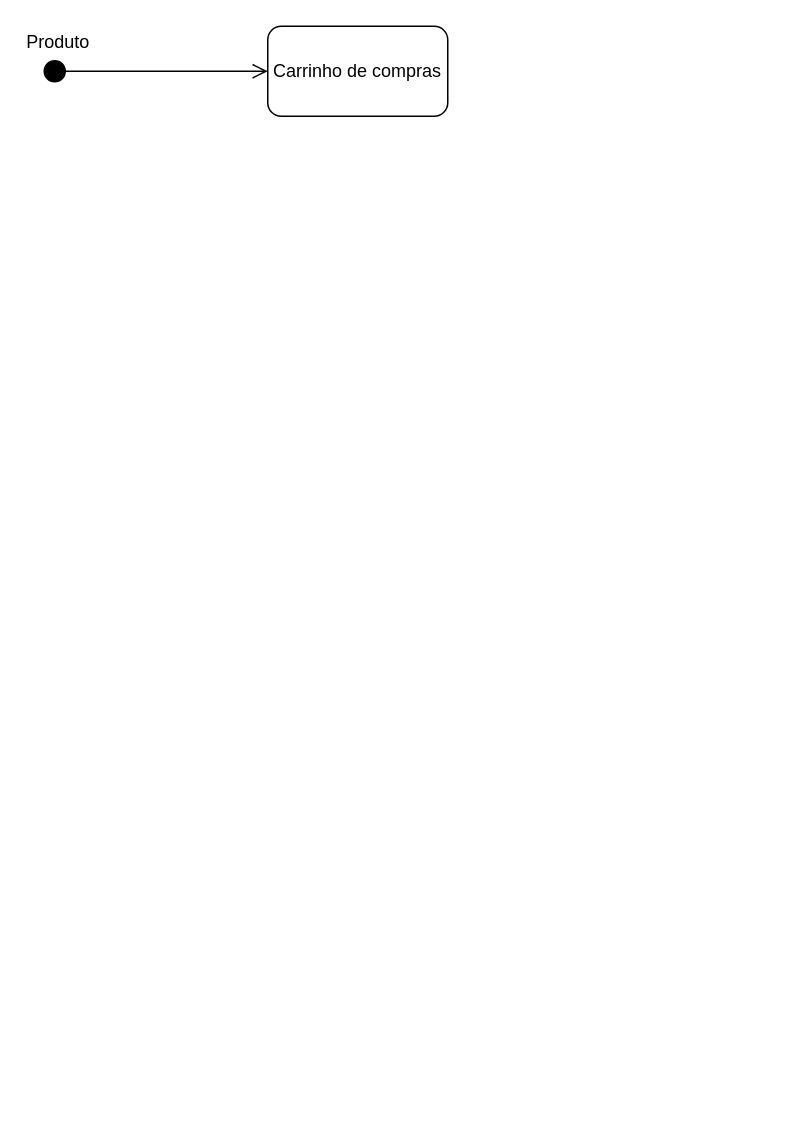
Earlier version of the draw.io diagram page "Semi. Diag. Atividades" (1 of 2) of Seminario.drawio (Eduardo-1105/diagramasderequesitos). Source tidied: cells renumbered, new cells numbered last; positions are measured from the earlier drawing's top-left corner, leaving out a move shared by most shapes. Both pictures are drawn from the tidied source at 150%, with x=0, y=0 at pixel (42, 26).
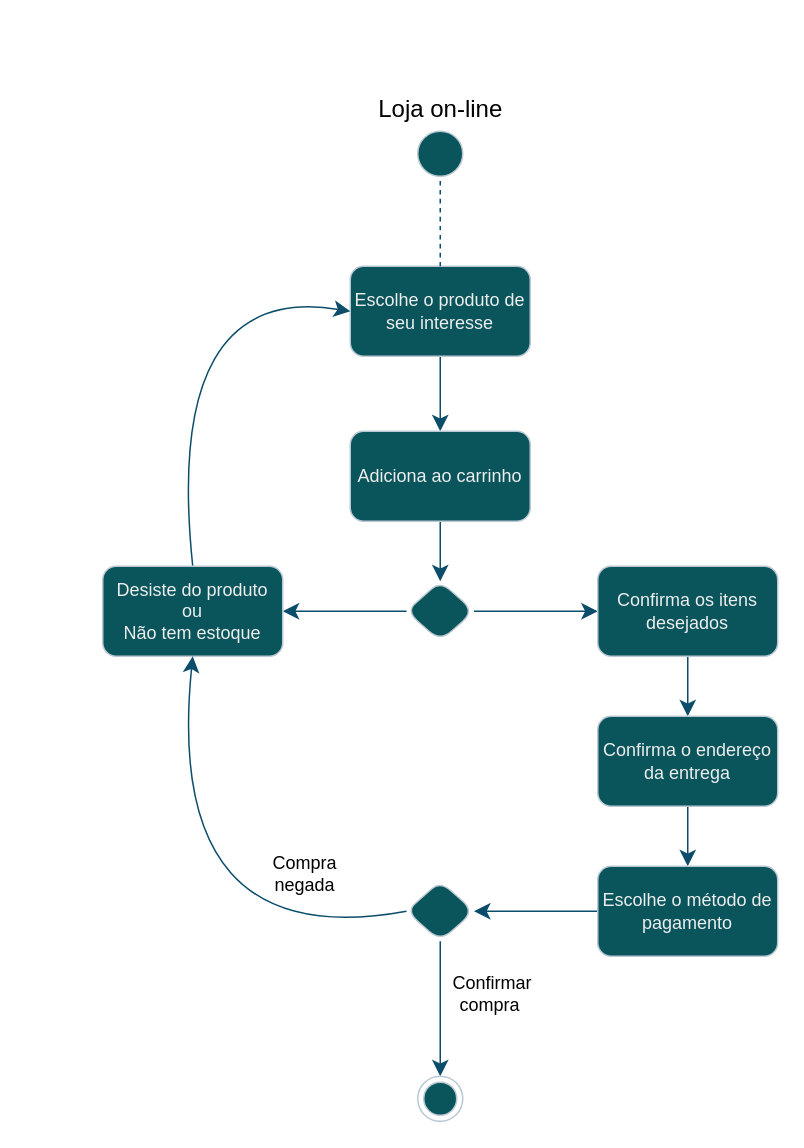
Above is the later version.

The edit, as a diff of the source:
```diff
@@
-    <mxCell id="2" value="Carrinho de compras" style="rounded=1;whiteSpace=wrap;html=1;" parent="1" vertex="1">
-      <mxGeometry x="150" width="120" height="60" as="geometry" />
-    </mxCell>
-    <mxCell id="3" value="Produto" style="html=1;verticalAlign=bottom;startArrow=circle;startFill=1;endArrow=open;startSize=6;endSize=8;curved=0;rounded=0;fontSize=12;labelBackgroundColor=default;entryX=0;entryY=0.5;entryDx=0;entryDy=0;" parent="1" edge="1" target="2">
-      <mxGeometry x="-0.87" y="10" relative="1" as="geometry">
-        <mxPoint y="30" as="sourcePoint" />
-      </mxGeometry>
-    </mxCell>
+    <mxCell id="4" style="verticalLabelPosition=bottom;verticalAlign=top;html=1;shape=mxgraph.flowchart.on-page_reference;fillColor=#09555B;labelBackgroundColor=none;strokeColor=#BAC8D3;fontColor=#EEEEEE;" parent="1" vertex="1">
+      <mxGeometry x="250" y="70" width="30" height="30" as="geometry" />
+    </mxCell>
+    <mxCell id="5" style="edgeStyle=none;curved=1;rounded=0;jettySize=auto;html=1;exitX=0.5;exitY=1;exitDx=0;exitDy=0;entryX=0.5;entryY=0;entryDx=0;entryDy=0;strokeColor=#0B4D6A;fontSize=12;startSize=8;endSize=8;" parent="1" edge="1" source="6" target="13">
+      <mxGeometry relative="1" as="geometry" />
+    </mxCell>
+    <mxCell id="6" value="Escolhe o produto de seu interesse" style="rounded=1;whiteSpace=wrap;html=1;labelBackgroundColor=none;fillColor=#09555B;strokeColor=#BAC8D3;fontColor=#EEEEEE;" parent="1" vertex="1">
+      <mxGeometry x="205" y="160" width="120" height="60" as="geometry" />
+    </mxCell>
+    <mxCell id="7" style="edgeStyle=none;curved=1;rounded=0;jettySize=auto;html=1;strokeColor=#0B4D6A;fontSize=12;startSize=8;endSize=8;" parent="1" edge="1" source="9" target="15">
+      <mxGeometry relative="1" as="geometry" />
+    </mxCell>
+    <mxCell id="8" style="edgeStyle=none;curved=1;rounded=0;jettySize=auto;html=1;strokeColor=#0B4D6A;fontSize=12;startSize=8;endSize=8;" parent="1" edge="1" source="9" target="17">
+      <mxGeometry relative="1" as="geometry" />
+    </mxCell>
+    <mxCell id="9" style="rhombus;whiteSpace=wrap;html=1;rounded=1;fillColor=#09555B;labelBackgroundColor=none;strokeColor=#BAC8D3;fontColor=#EEEEEE;" parent="1" vertex="1">
+      <mxGeometry x="242.5" y="370" width="45" height="40" as="geometry" />
+    </mxCell>
+    <mxCell id="10" value="Loja on-line" style="text;align=center;fillColor=none;html=1;verticalAlign=middle;whiteSpace=wrap;rounded=0;fontSize=16;" parent="1" vertex="1">
+      <mxGeometry x="222.5" y="40" width="85" height="30" as="geometry" />
+    </mxCell>
+    <mxCell id="11" style="endArrow=none;dashed=1;html=1;rounded=0;strokeColor=#0B4D6A;fontSize=12;startSize=8;endSize=8;curved=1;exitX=0.5;exitY=0;exitDx=0;exitDy=0;entryX=0.5;entryY=1;entryDx=0;entryDy=0;entryPerimeter=0;" parent="1" edge="1" source="6" target="4">
+      <mxGeometry relative="1" as="geometry" />
+    </mxCell>
+    <mxCell id="12" style="edgeStyle=none;curved=1;rounded=0;jettySize=auto;html=1;exitX=0.5;exitY=1;exitDx=0;exitDy=0;entryX=0.5;entryY=0;entryDx=0;entryDy=0;strokeColor=#0B4D6A;fontSize=12;startSize=8;endSize=8;" parent="1" edge="1" source="13" target="9">
+      <mxGeometry relative="1" as="geometry" />
+    </mxCell>
+    <mxCell id="13" value="Adiciona ao carrinho" style="rounded=1;whiteSpace=wrap;html=1;strokeColor=#BAC8D3;fontColor=#EEEEEE;fillColor=#09555B;" parent="1" vertex="1">
+      <mxGeometry x="205" y="270" width="120" height="60" as="geometry" />
+    </mxCell>
+    <mxCell id="14" style="edgeStyle=none;curved=1;rounded=0;jettySize=auto;html=1;exitX=0.5;exitY=0;exitDx=0;exitDy=0;entryX=0;entryY=0.5;entryDx=0;entryDy=0;strokeColor=#0B4D6A;fontSize=12;startSize=8;endSize=8;" parent="1" edge="1" source="15" target="6">
+      <mxGeometry relative="1" as="geometry">
+        <Array as="points">
+          <mxPoint x="80" y="170" />
+        </Array>
+      </mxGeometry>
+    </mxCell>
+    <mxCell id="15" value="Desiste do produto&lt;div&gt;ou&lt;/div&gt;&lt;div&gt;Não tem estoque&lt;/div&gt;" style="whiteSpace=wrap;html=1;fillColor=#09555B;strokeColor=#BAC8D3;fontColor=#EEEEEE;rounded=1;labelBackgroundColor=none;" parent="1" vertex="1">
+      <mxGeometry x="40" y="360" width="120" height="60" as="geometry" />
+    </mxCell>
+    <mxCell id="16" style="edgeStyle=none;curved=1;rounded=0;jettySize=auto;html=1;strokeColor=#0B4D6A;fontSize=12;startSize=8;endSize=8;" parent="1" edge="1" source="17" target="19">
+      <mxGeometry relative="1" as="geometry" />
+    </mxCell>
+    <mxCell id="17" value="Confirma os itens desejados" style="whiteSpace=wrap;html=1;fillColor=#09555B;strokeColor=#BAC8D3;fontColor=#EEEEEE;rounded=1;labelBackgroundColor=none;" parent="1" vertex="1">
+      <mxGeometry x="370" y="360" width="120" height="60" as="geometry" />
+    </mxCell>
+    <mxCell id="18" style="edgeStyle=none;curved=1;rounded=0;jettySize=auto;html=1;strokeColor=#0B4D6A;fontSize=12;startSize=8;endSize=8;" parent="1" edge="1" source="19" target="21">
+      <mxGeometry relative="1" as="geometry" />
+    </mxCell>
+    <mxCell id="19" value="Confirma o endereço da entrega" style="whiteSpace=wrap;html=1;fillColor=#09555B;strokeColor=#BAC8D3;fontColor=#EEEEEE;rounded=1;labelBackgroundColor=none;" parent="1" vertex="1">
+      <mxGeometry x="370" y="460" width="120" height="60" as="geometry" />
+    </mxCell>
+    <mxCell id="20" style="edgeStyle=none;curved=1;rounded=0;jettySize=auto;html=1;exitX=0;exitY=0.5;exitDx=0;exitDy=0;entryX=1;entryY=0.5;entryDx=0;entryDy=0;strokeColor=#0B4D6A;fontSize=12;startSize=8;endSize=8;" parent="1" edge="1" source="21" target="23">
+      <mxGeometry relative="1" as="geometry" />
+    </mxCell>
+    <mxCell id="21" value="Escolhe o método de pagamento" style="whiteSpace=wrap;html=1;fillColor=#09555B;strokeColor=#BAC8D3;fontColor=#EEEEEE;rounded=1;labelBackgroundColor=none;" parent="1" vertex="1">
+      <mxGeometry x="370" y="560" width="120" height="60" as="geometry" />
+    </mxCell>
+    <mxCell id="22" style="edgeStyle=none;curved=1;rounded=0;jettySize=auto;html=1;exitX=0;exitY=0.5;exitDx=0;exitDy=0;entryX=0.5;entryY=1;entryDx=0;entryDy=0;strokeColor=#0B4D6A;fontSize=12;startSize=8;endSize=8;" parent="1" edge="1" source="23" target="15">
+      <mxGeometry relative="1" as="geometry">
+        <Array as="points">
+          <mxPoint x="80" y="620" />
+        </Array>
+      </mxGeometry>
+    </mxCell>
+    <mxCell id="23" style="rhombus;whiteSpace=wrap;html=1;rounded=1;fillColor=#09555B;labelBackgroundColor=none;strokeColor=#BAC8D3;fontColor=#EEEEEE;" parent="1" vertex="1">
+      <mxGeometry x="242.5" y="570" width="45" height="40" as="geometry" />
+    </mxCell>
+    <mxCell id="24" style="edgeStyle=none;curved=1;rounded=0;jettySize=auto;html=1;strokeColor=#0B4D6A;fontSize=12;startSize=8;endSize=8;" parent="1" edge="1" source="23" target="25">
+      <mxGeometry relative="1" as="geometry" />
+    </mxCell>
+    <mxCell id="25" style="ellipse;html=1;shape=endState;fillColor=#09555B;strokeColor=#BAC8D3;labelBackgroundColor=none;fontColor=#EEEEEE;" parent="1" vertex="1">
+      <mxGeometry x="250" y="700" width="30" height="30" as="geometry" />
+    </mxCell>
+    <mxCell id="26" value="Confirmar compra&amp;nbsp;" style="text;html=1;align=center;verticalAlign=middle;whiteSpace=wrap;rounded=0;fillColor=none;" parent="1" vertex="1">
+      <mxGeometry x="270" y="630" width="60" height="30" as="geometry" />
+    </mxCell>
+    <mxCell id="27" value="Compra negada" style="text;html=1;align=center;verticalAlign=middle;whiteSpace=wrap;rounded=0;fillColor=none;" parent="1" vertex="1">
+      <mxGeometry x="145" y="550" width="60" height="30" as="geometry" />
+    </mxCell>
```
